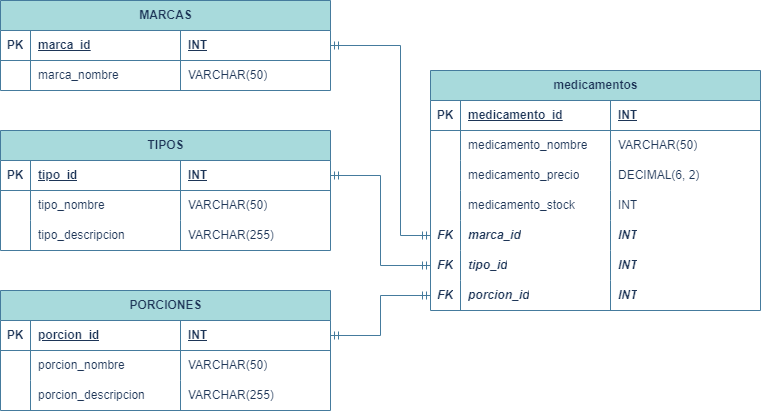
Above: docConnect.drawio.png in jetaype21/BD-GRUPOUNO (draw.io), before the change. Source tidied: cells renumbered, new cells last; positions are measured from the earlier drawing's top-left corner, leaving out a move shared by most shapes.
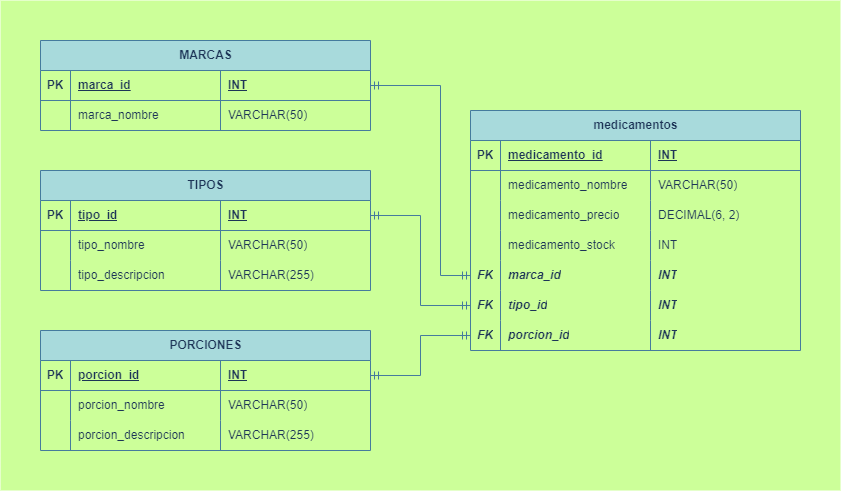
Later version of the same file.

Change to the diagram source:
```diff
@@ -2,6 +2,9 @@
   <root>
     <mxCell id="0" />
     <mxCell id="1" parent="0" />
+    <mxCell id="69" style="verticalLabelPosition=bottom;verticalAlign=top;shape=mxgraph.basic.rect;fillColor2=none;strokeWidth=1;size=20;indent=5;strokeColor=none;fontColor=none;fillColor=#CCFF99;labelBackgroundColor=none;noLabel=1;html=1;" parent="1" vertex="1">
+      <mxGeometry x="-40" y="-40" width="840" height="490" as="geometry" />
+    </mxCell>
     <mxCell id="2" value="medicamentos" style="shape=table;startSize=30;rowLines=0;fontStyle=1;align=center;html=1;labelBackgroundColor=none;fillColor=#A8DADC;strokeColor=#457B9D;fontColor=#1D3557;" parent="1" vertex="1">
       <mxGeometry x="430" y="70" width="330" height="240" as="geometry" />
     </mxCell>
```
